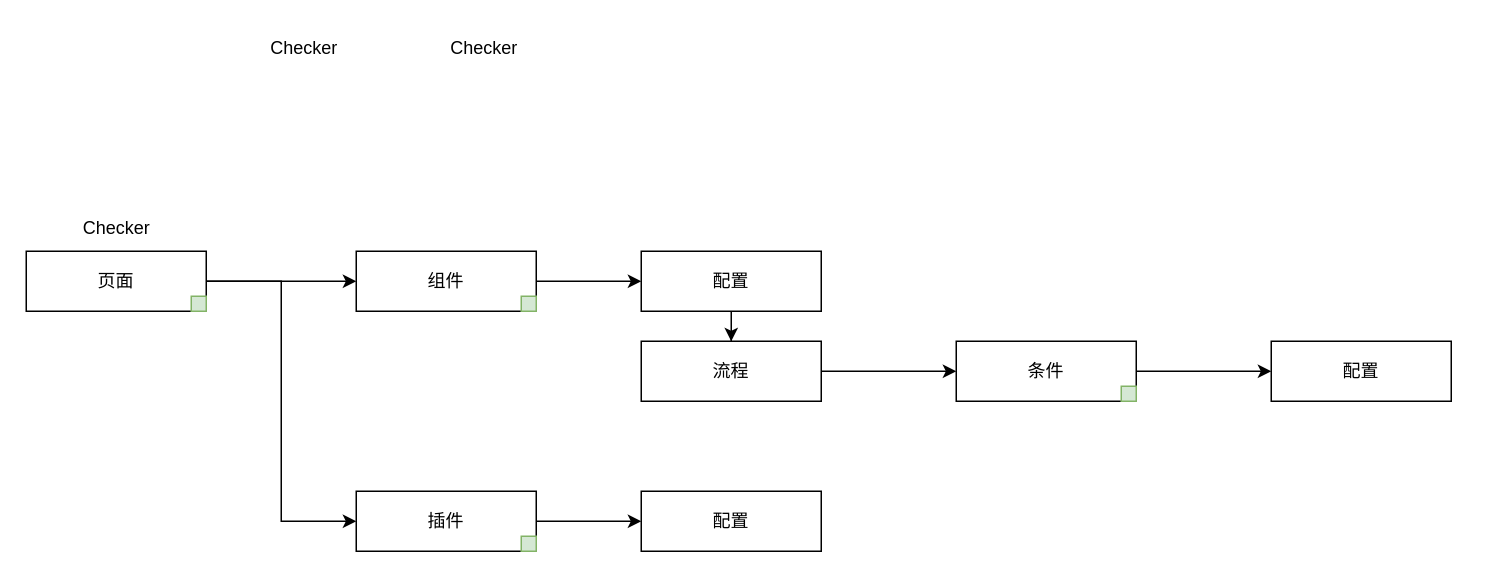
The draw.io diagram ceiba-checker.drawio in axtrur/resource, before the edit. Source tidied: cells renumbered, new cells numbered last; positions are measured from the earlier drawing's top-left corner, leaving out a move shared by most shapes. Both pictures are drawn from the tidied source at 150%, with x=0, y=0 at pixel (26, 26).
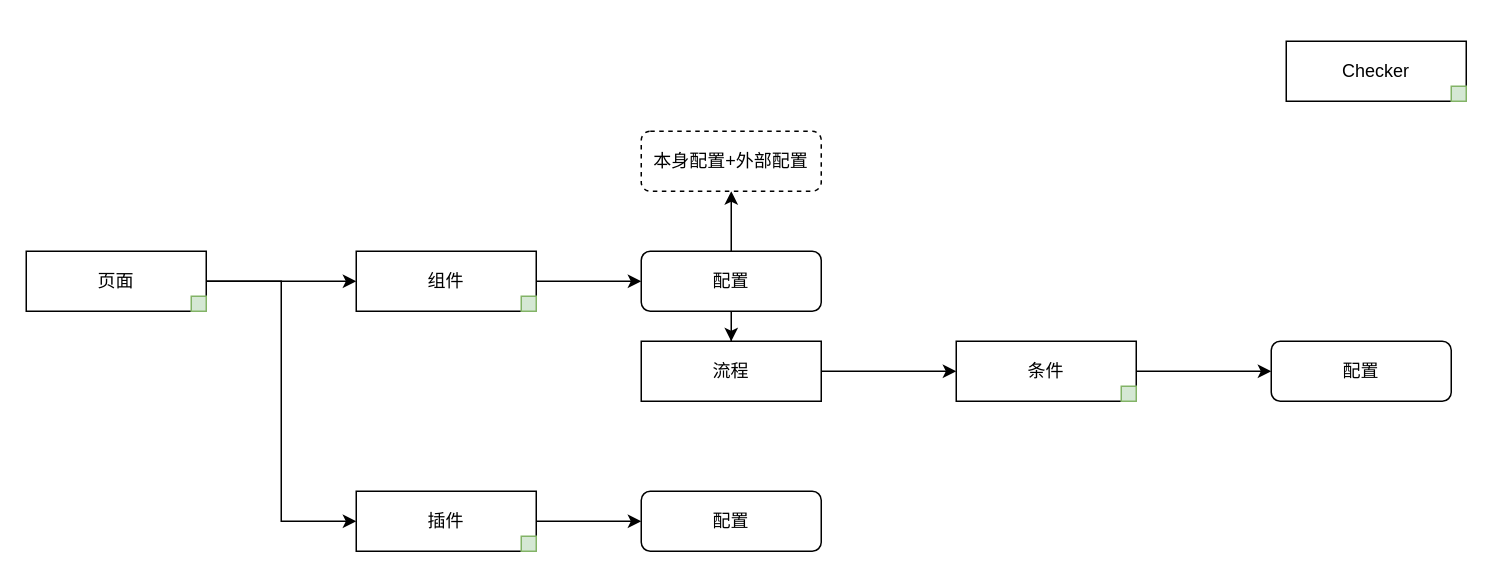
Above is the later version.

Change to the diagram source:
```diff
@@
+    <mxCell id="24" style="edgeStyle=orthogonalEdgeStyle;rounded=0;jettySize=auto;html=1;exitX=0.5;exitY=0;exitDx=0;exitDy=0;" parent="1" edge="1" source="5" target="27">
+      <mxGeometry relative="1" as="geometry" />
+    </mxCell>
-    <mxCell id="5" value="配置" style="rounded=0;whiteSpace=wrap;html=1;" parent="1" vertex="1">
+    <mxCell id="5" value="配置" style="rounded=1;whiteSpace=wrap;html=1;" parent="1" vertex="1">
       <mxGeometry x="410" y="150" width="120" height="40" as="geometry" />
     </mxCell>
@@
-    <mxCell id="8" value="配置" style="rounded=0;whiteSpace=wrap;html=1;" parent="1" vertex="1">
+    <mxCell id="8" value="配置" style="rounded=1;whiteSpace=wrap;html=1;" parent="1" vertex="1">
       <mxGeometry x="830" y="210" width="120" height="40" as="geometry" />
     </mxCell>
@@
-    <mxCell id="16" value="配置" style="rounded=0;whiteSpace=wrap;html=1;" parent="1" vertex="1">
+    <mxCell id="16" value="配置" style="rounded=1;whiteSpace=wrap;html=1;" parent="1" vertex="1">
       <mxGeometry x="410" y="310" width="120" height="40" as="geometry" />
     </mxCell>
-    <mxCell id="17" value="Checker" style="text;html=1;align=center;verticalAlign=middle;strokeColor=none;fillColor=none;" parent="1" vertex="1">
-      <mxGeometry x="25" y="120" width="70" height="30" as="geometry" />
-    </mxCell>
-    <mxCell id="18" value="Checker" style="text;html=1;align=center;verticalAlign=middle;strokeColor=none;fillColor=none;" parent="1" vertex="1">
-      <mxGeometry x="150" width="70" height="30" as="geometry" />
-    </mxCell>
-    <mxCell id="19" value="Checker" style="text;html=1;align=center;verticalAlign=middle;strokeColor=none;fillColor=none;" parent="1" vertex="1">
-      <mxGeometry x="270" width="70" height="30" as="geometry" />
-    </mxCell>
@@
+    <mxCell id="25" value="Checker" style="rounded=0;whiteSpace=wrap;html=1;" parent="1" vertex="1">
+      <mxGeometry x="840" y="10" width="120" height="40" as="geometry" />
+    </mxCell>
+    <mxCell id="26" style="rounded=0;whiteSpace=wrap;html=1;fillColor=#d5e8d4;strokeColor=#82b366;" parent="1" vertex="1">
+      <mxGeometry x="950" y="40" width="10" height="10" as="geometry" />
+    </mxCell>
+    <mxCell id="27" value="本身配置+外部配置" style="rounded=1;whiteSpace=wrap;html=1;dashed=1;" parent="1" vertex="1">
+      <mxGeometry x="410" y="70" width="120" height="40" as="geometry" />
+    </mxCell>
```
